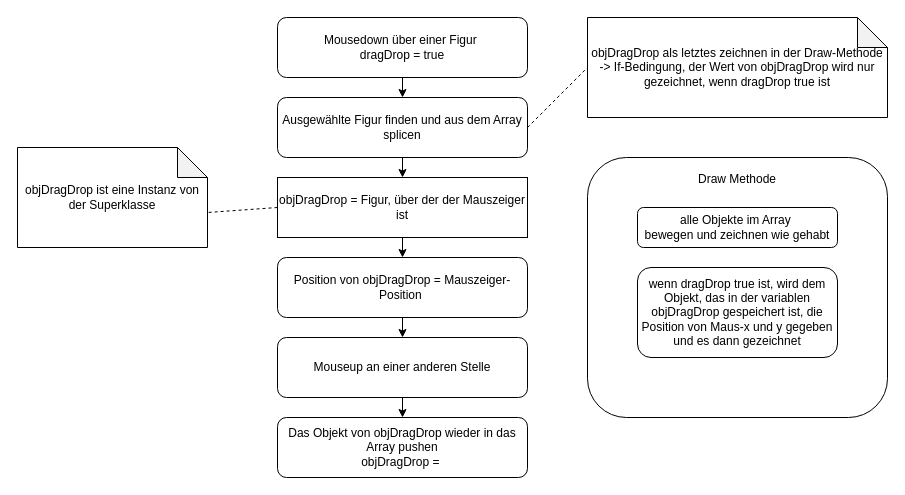
Above: Endabgabe/Konzeption/DragDropKonzept.drawio in KohlerAl/EIA2 (draw.io), before the change. Source tidied: cells renumbered, new cells numbered last; positions are measured from the earlier drawing's top-left corner, leaving out a move shared by most shapes. Both pictures are drawn from the tidied source at 100%, with x=0, y=0 at pixel (17, 17).
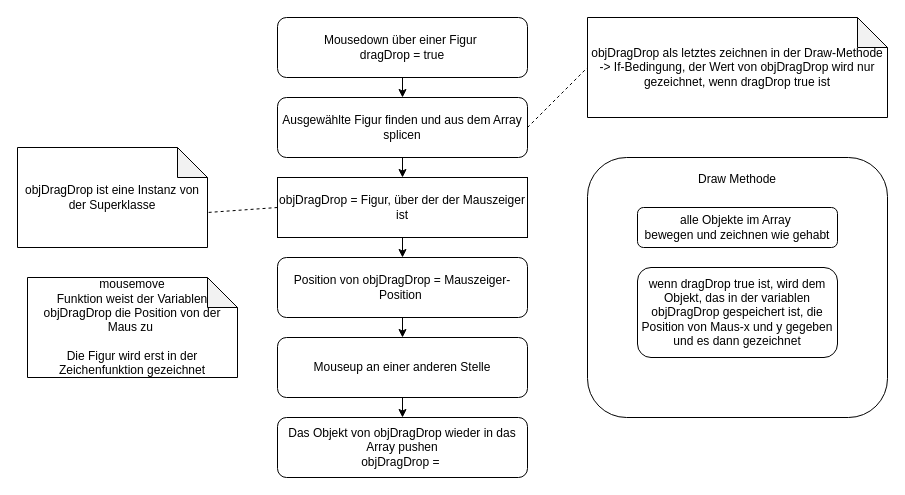
The same page after the edit.

Diff of the diagram source:
```diff
@@
+    <mxCell id="20" value="mousemove&lt;br&gt;Funktion weist der Variablen objDragDrop die Position von der Maus zu&amp;nbsp;&lt;br&gt;&lt;br&gt;Die Figur wird erst in der Zeichenfunktion gezeichnet" style="shape=note;whiteSpace=wrap;html=1;backgroundOutline=1;darkOpacity=0.05;" parent="1" vertex="1">
+      <mxGeometry x="10" y="260" width="210" height="100" as="geometry" />
+    </mxCell>
```
